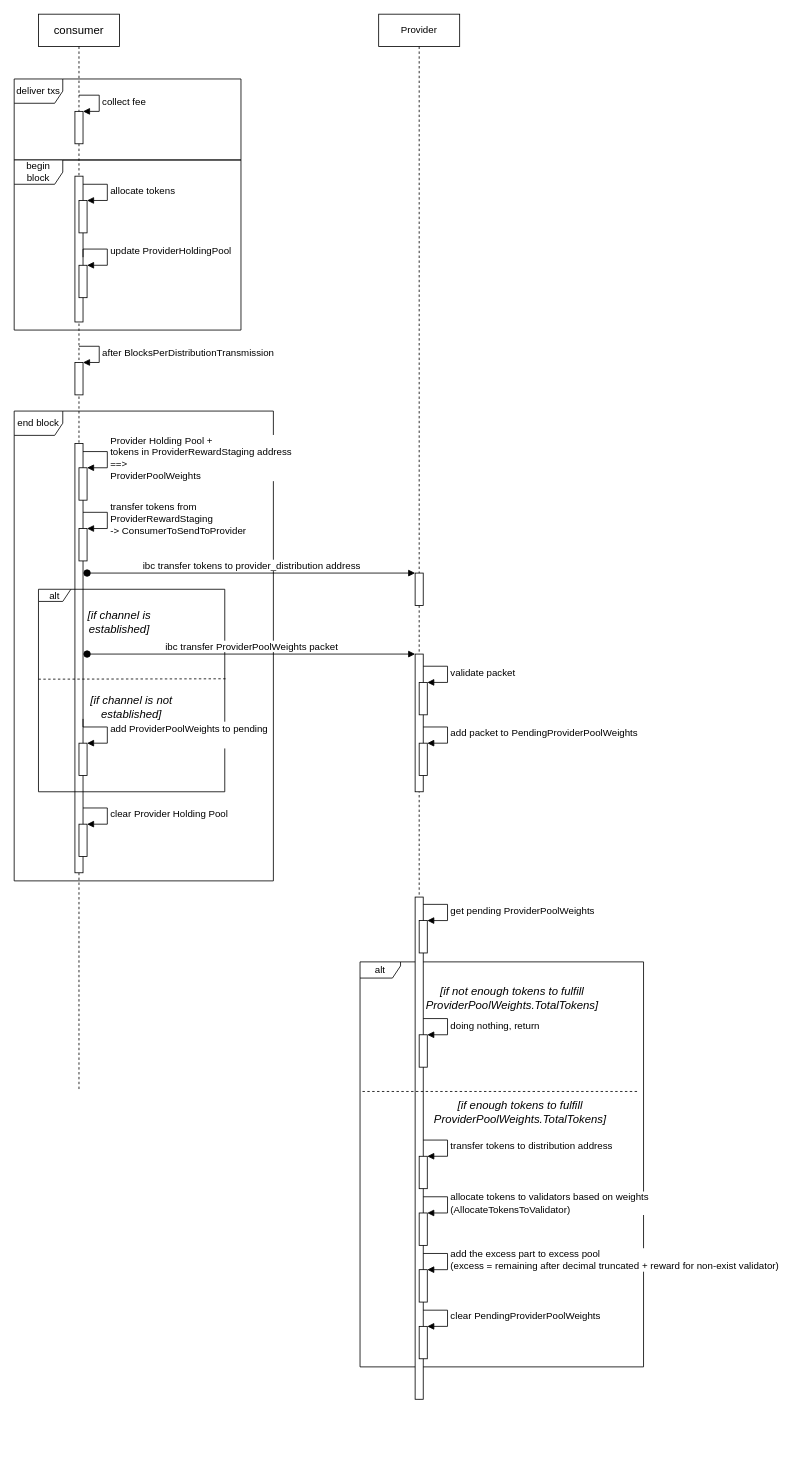
Earlier version of the draw.io diagram page "Page-5" (5 of 5) of interchain-security.drawio (FletcherMan/diagrams). Source tidied: cells renumbered, new cells numbered last; positions are measured from the earlier drawing's top-left corner, leaving out a move shared by most shapes. Both pictures are drawn from the tidied source at 81%, with x=0, y=0 at pixel (14, 14).
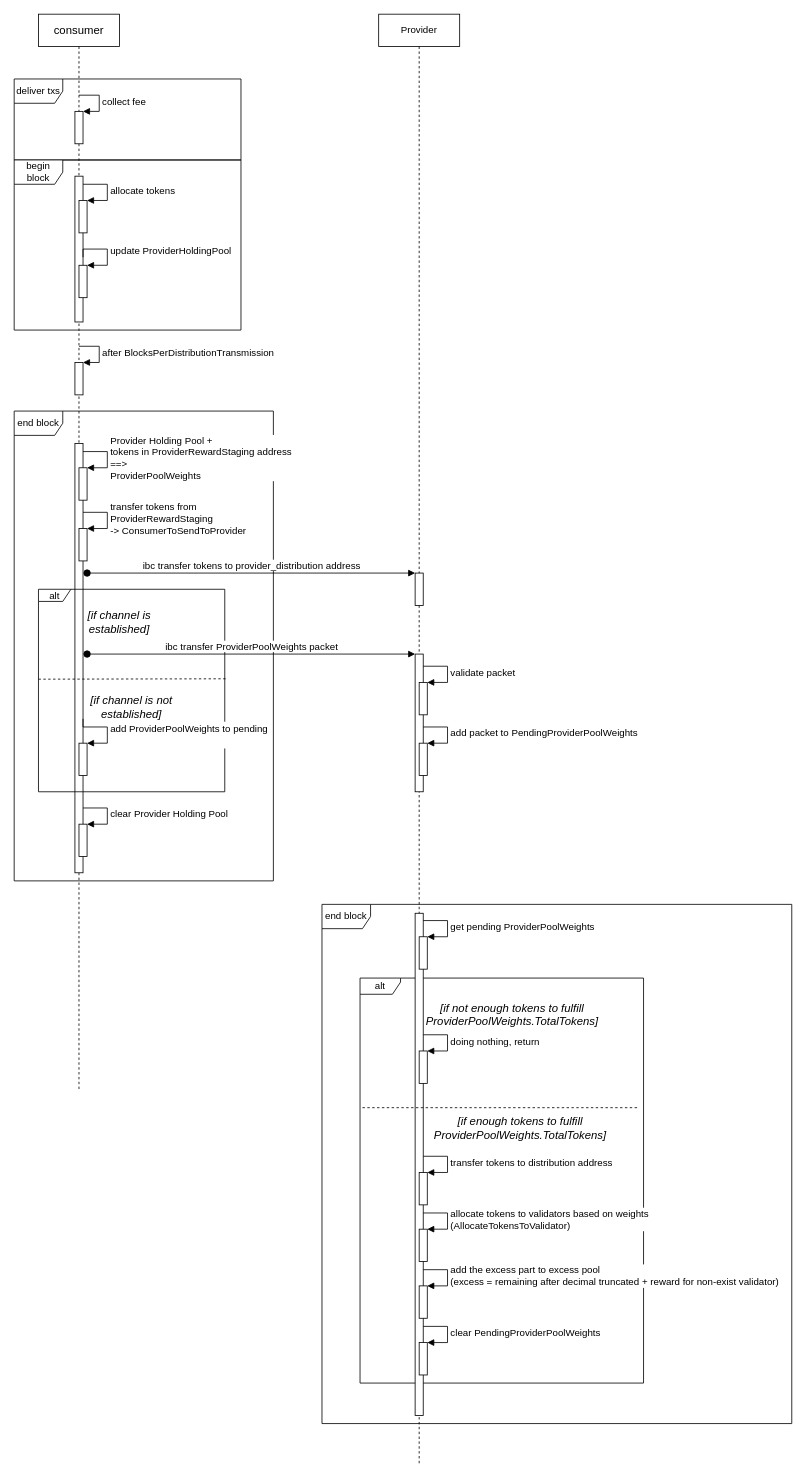
After the change.

The edit, as a diff of the source:
```diff
@@
     <mxCell id="2" value="alt" style="shape=umlFrame;whiteSpace=wrap;html=1;fontSize=12;width=50;height=20;" parent="1" vertex="1">
-      <mxGeometry x="427" y="1170" width="350" height="500" as="geometry" />
+      <mxGeometry x="427" y="1190" width="350" height="500" as="geometry" />
     </mxCell>
@@
     <mxCell id="23" value="Provider" style="shape=umlLifeline;perimeter=lifelinePerimeter;whiteSpace=wrap;html=1;fontSize=12;" parent="1" vertex="1">
-      <mxGeometry x="450" width="100" height="1710" as="geometry" />
+      <mxGeometry x="450" width="100" height="1790" as="geometry" />
     </mxCell>
@@
     <mxCell id="30" style="html=1;perimeter=orthogonalPerimeter;fontSize=12;" parent="23" vertex="1">
-      <mxGeometry x="45" y="1090" width="10" height="620" as="geometry" />
+      <mxGeometry x="45" y="1110" width="10" height="620" as="geometry" />
     </mxCell>
     <mxCell id="31" style="html=1;points=[];perimeter=orthogonalPerimeter;fontSize=12;" parent="23" vertex="1">
-      <mxGeometry x="50" y="1410" width="10" height="40" as="geometry" />
+      <mxGeometry x="50" y="1430" width="10" height="40" as="geometry" />
     </mxCell>
     <mxCell id="32" value="transfer tokens to distribution address" style="edgeStyle=orthogonalEdgeStyle;html=1;align=left;spacingLeft=2;endArrow=block;rounded=0;entryX=1;entryY=0;fontSize=12;" parent="23" edge="1" target="31">
       <mxGeometry relative="1" as="geometry">
-        <mxPoint x="55" y="1390" as="sourcePoint" />
+        <mxPoint x="55" y="1410" as="sourcePoint" />
         <Array as="points">
-          <mxPoint x="85" y="1390" />
+          <mxPoint x="85" y="1410" />
         </Array>
       </mxGeometry>
     </mxCell>
     <mxCell id="33" style="html=1;points=[];perimeter=orthogonalPerimeter;fontSize=12;" parent="23" vertex="1">
-      <mxGeometry x="50" y="1480" width="10" height="40" as="geometry" />
+      <mxGeometry x="50" y="1500" width="10" height="40" as="geometry" />
     </mxCell>
     <mxCell id="34" value="allocate tokens to validators based on weights&lt;br&gt;(AllocateTokensToValidator)" style="edgeStyle=orthogonalEdgeStyle;html=1;align=left;spacingLeft=2;endArrow=block;rounded=0;entryX=1;entryY=0;fontSize=12;" parent="23" edge="1" target="33">
       <mxGeometry relative="1" as="geometry">
-        <mxPoint x="55" y="1460" as="sourcePoint" />
+        <mxPoint x="55" y="1480" as="sourcePoint" />
         <Array as="points">
-          <mxPoint x="85" y="1460" />
+          <mxPoint x="85" y="1480" />
         </Array>
       </mxGeometry>
     </mxCell>
     <mxCell id="35" style="html=1;points=[];perimeter=orthogonalPerimeter;fontSize=12;" parent="23" vertex="1">
-      <mxGeometry x="50" y="1550" width="10" height="40" as="geometry" />
+      <mxGeometry x="50" y="1570" width="10" height="40" as="geometry" />
     </mxCell>
     <mxCell id="36" value="add the excess part to excess pool&lt;br&gt;(excess = remaining after decimal truncated + reward for non-exist validator)" style="edgeStyle=orthogonalEdgeStyle;html=1;align=left;spacingLeft=2;endArrow=block;rounded=0;entryX=1;entryY=0;fontSize=12;" parent="23" edge="1" target="35">
       <mxGeometry relative="1" as="geometry">
-        <mxPoint x="55" y="1530" as="sourcePoint" />
+        <mxPoint x="55" y="1550" as="sourcePoint" />
         <Array as="points">
-          <mxPoint x="85" y="1530" />
+          <mxPoint x="85" y="1550" />
         </Array>
       </mxGeometry>
     </mxCell>
     <mxCell id="37" style="html=1;points=[];perimeter=orthogonalPerimeter;fontSize=12;" parent="23" vertex="1">
-      <mxGeometry x="50" y="1620" width="10" height="40" as="geometry" />
+      <mxGeometry x="50" y="1640" width="10" height="40" as="geometry" />
     </mxCell>
     <mxCell id="38" value="clear PendingProviderPoolWeights" style="edgeStyle=orthogonalEdgeStyle;html=1;align=left;spacingLeft=2;endArrow=block;rounded=0;entryX=1;entryY=0;fontSize=12;" parent="23" edge="1" target="37">
       <mxGeometry relative="1" as="geometry">
-        <mxPoint x="55" y="1600" as="sourcePoint" />
+        <mxPoint x="55" y="1620" as="sourcePoint" />
         <Array as="points">
-          <mxPoint x="85" y="1600" />
+          <mxPoint x="85" y="1620" />
         </Array>
       </mxGeometry>
     </mxCell>
@@
     <mxCell id="47" style="html=1;points=[];perimeter=orthogonalPerimeter;fontSize=12;" parent="1" vertex="1">
-      <mxGeometry x="500" y="1119" width="10" height="40" as="geometry" />
+      <mxGeometry x="500" y="1139" width="10" height="40" as="geometry" />
     </mxCell>
     <mxCell id="48" value="get pending ProviderPoolWeights" style="edgeStyle=orthogonalEdgeStyle;html=1;align=left;spacingLeft=2;endArrow=block;rounded=0;entryX=1;entryY=0;fontSize=12;" parent="1" edge="1" target="47">
       <mxGeometry relative="1" as="geometry">
-        <mxPoint x="505" y="1099" as="sourcePoint" />
+        <mxPoint x="505" y="1119" as="sourcePoint" />
         <Array as="points">
-          <mxPoint x="535" y="1099" />
+          <mxPoint x="535" y="1119" />
         </Array>
       </mxGeometry>
     </mxCell>
     <mxCell id="49" value="&lt;font style=&quot;font-size: 14px;&quot;&gt;&lt;i&gt;[if not enough tokens to fulfill ProviderPoolWeights.TotalTokens]&lt;/i&gt;&lt;/font&gt;" style="text;html=1;strokeColor=none;fillColor=none;align=center;verticalAlign=middle;whiteSpace=wrap;rounded=0;fontSize=12;" parent="1" vertex="1">
-      <mxGeometry x="500" y="1180" width="230" height="70" as="geometry" />
+      <mxGeometry x="500" y="1200" width="230" height="70" as="geometry" />
     </mxCell>
     <mxCell id="50" style="html=1;points=[];perimeter=orthogonalPerimeter;fontSize=14;" parent="1" vertex="1">
-      <mxGeometry x="500" y="1260" width="10" height="40" as="geometry" />
+      <mxGeometry x="500" y="1280" width="10" height="40" as="geometry" />
     </mxCell>
     <mxCell id="51" value="&lt;font style=&quot;font-size: 12px;&quot;&gt;doing nothing, return&lt;/font&gt;" style="edgeStyle=orthogonalEdgeStyle;html=1;align=left;spacingLeft=2;endArrow=block;rounded=0;entryX=1;entryY=0;fontSize=14;" parent="1" edge="1" target="50">
       <mxGeometry relative="1" as="geometry">
-        <mxPoint x="505" y="1240" as="sourcePoint" />
+        <mxPoint x="505" y="1260" as="sourcePoint" />
         <Array as="points">
-          <mxPoint x="535" y="1240" />
+          <mxPoint x="535" y="1260" />
         </Array>
       </mxGeometry>
     </mxCell>
     <mxCell id="52" style="endArrow=none;dashed=1;html=1;rounded=0;fontSize=12;" parent="1" edge="1">
       <mxGeometry relative="1" as="geometry">
-        <mxPoint x="430" y="1330" as="sourcePoint" />
-        <mxPoint x="770" y="1330" as="targetPoint" />
+        <mxPoint x="430" y="1350" as="sourcePoint" />
+        <mxPoint x="770" y="1350" as="targetPoint" />
       </mxGeometry>
     </mxCell>
     <mxCell id="53" value="&lt;font style=&quot;font-size: 14px;&quot;&gt;&lt;i&gt;[if enough tokens to fulfill ProviderPoolWeights.TotalTokens]&lt;/i&gt;&lt;/font&gt;" style="text;html=1;strokeColor=none;fillColor=none;align=center;verticalAlign=middle;whiteSpace=wrap;rounded=0;fontSize=12;" parent="1" vertex="1">
-      <mxGeometry x="510" y="1330" width="230" height="50" as="geometry" />
+      <mxGeometry x="510" y="1350" width="230" height="50" as="geometry" />
     </mxCell>
+    <mxCell id="54" value="end block" style="shape=umlFrame;whiteSpace=wrap;html=1;fontSize=12;" parent="1" vertex="1">
+      <mxGeometry x="380" y="1099" width="580" height="641" as="geometry" />
+    </mxCell>
```
